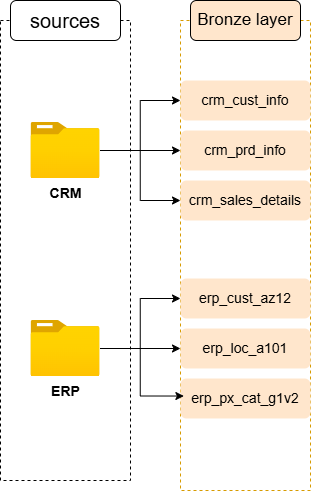
joeEssam/adventure_works_dwh_project keeps this draw.io diagram as about_project/DWH data flow.png. Above is the earlier version. Source tidied: cells renumbered, new cells last; positions are measured from the earlier drawing's top-left corner, leaving out a move shared by most shapes. Source of this version:
```xml
<mxGraphModel>
  <root>
    <mxCell id="0" />
    <mxCell id="1" parent="0" />
    <mxCell id="2" style="rounded=0;whiteSpace=wrap;html=1;fillColor=none;dashed=1;" parent="1" vertex="1">
      <mxGeometry y="20" width="130" height="460" as="geometry" />
    </mxCell>
    <mxCell id="3" value="sources" style="rounded=1;whiteSpace=wrap;html=1;fontSize=20;" parent="1" vertex="1">
      <mxGeometry x="10" width="110" height="40" as="geometry" />
    </mxCell>
    <mxCell id="4" style="edgeStyle=orthogonalEdgeStyle;rounded=0;jettySize=auto;html=1;entryX=0;entryY=0.5;entryDx=0;entryDy=0;" parent="1" edge="1" source="7" target="13">
      <mxGeometry relative="1" as="geometry" />
    </mxCell>
    <mxCell id="5" style="edgeStyle=orthogonalEdgeStyle;rounded=0;jettySize=auto;html=1;" parent="1" edge="1" source="7" target="15">
      <mxGeometry relative="1" as="geometry" />
    </mxCell>
    <mxCell id="6" style="edgeStyle=orthogonalEdgeStyle;rounded=0;jettySize=auto;html=1;entryX=0;entryY=0.5;entryDx=0;entryDy=0;" parent="1" edge="1" source="7" target="14">
      <mxGeometry relative="1" as="geometry" />
    </mxCell>
    <mxCell id="7" value="CRM" style="image;html=1;points=[];align=center;fontSize=14;image=img/lib/azure2/general/Folder_Blank.svg;fontStyle=1;" parent="1" vertex="1">
      <mxGeometry x="30.5" y="122" width="69" height="56" as="geometry" />
    </mxCell>
    <mxCell id="8" style="edgeStyle=orthogonalEdgeStyle;rounded=0;jettySize=auto;html=1;" parent="1" edge="1" source="10" target="17">
      <mxGeometry relative="1" as="geometry" />
    </mxCell>
    <mxCell id="9" style="edgeStyle=orthogonalEdgeStyle;rounded=0;jettySize=auto;html=1;entryX=0;entryY=0.5;entryDx=0;entryDy=0;" parent="1" edge="1" source="10" target="18">
      <mxGeometry relative="1" as="geometry" />
    </mxCell>
    <mxCell id="10" value="ERP" style="image;html=1;points=[];align=center;fontSize=14;image=img/lib/azure2/general/Folder_Blank.svg;fontStyle=1;" parent="1" vertex="1">
      <mxGeometry x="30.5" y="320" width="69" height="56" as="geometry" />
    </mxCell>
    <mxCell id="11" style="rounded=0;whiteSpace=wrap;html=1;fillColor=none;dashed=1;strokeColor=#d79b00;" parent="1" vertex="1">
      <mxGeometry x="180" y="20" width="130" height="470" as="geometry" />
    </mxCell>
    <mxCell id="12" value="Bronze layer" style="rounded=1;whiteSpace=wrap;html=1;fillColor=#ffe6cc;strokeColor=default;fontSize=17;" parent="1" vertex="1">
      <mxGeometry x="190" width="110" height="40" as="geometry" />
    </mxCell>
    <mxCell id="13" value="crm_cust_info" style="rounded=1;whiteSpace=wrap;html=1;fillColor=#ffe6cc;strokeColor=none;fontSize=14;fontFamily=Helvetica;fontColor=default;fontStyle=0;align=center;verticalAlign=middle;" parent="1" vertex="1">
      <mxGeometry x="180" y="80" width="130" height="40" as="geometry" />
    </mxCell>
    <mxCell id="14" value="crm_sales_details" style="rounded=1;whiteSpace=wrap;html=1;fillColor=#ffe6cc;strokeColor=none;fontSize=14;fontFamily=Helvetica;fontColor=default;fontStyle=0;align=center;verticalAlign=middle;" parent="1" vertex="1">
      <mxGeometry x="180" y="180" width="130" height="40" as="geometry" />
    </mxCell>
    <mxCell id="15" value="crm_prd_info" style="rounded=1;whiteSpace=wrap;html=1;fillColor=#ffe6cc;strokeColor=none;fontSize=14;fontFamily=Helvetica;fontColor=default;fontStyle=0;align=center;verticalAlign=middle;" parent="1" vertex="1">
      <mxGeometry x="180" y="130" width="130" height="40" as="geometry" />
    </mxCell>
    <mxCell id="16" value="erp_px_cat_g1v2" style="rounded=1;whiteSpace=wrap;html=1;fillColor=#ffe6cc;strokeColor=none;fontSize=14;fontFamily=Helvetica;fontColor=default;fontStyle=0;align=center;verticalAlign=middle;" parent="1" vertex="1">
      <mxGeometry x="180" y="378" width="130" height="40" as="geometry" />
    </mxCell>
    <mxCell id="17" value="erp_loc_a101" style="rounded=1;whiteSpace=wrap;html=1;fillColor=#ffe6cc;strokeColor=none;fontSize=14;fontFamily=Helvetica;fontColor=default;fontStyle=0;align=center;verticalAlign=middle;" parent="1" vertex="1">
      <mxGeometry x="180" y="328" width="130" height="40" as="geometry" />
    </mxCell>
    <mxCell id="18" value="erp_cust_az12" style="rounded=1;whiteSpace=wrap;html=1;fillColor=#ffe6cc;strokeColor=none;fontSize=14;fontFamily=Helvetica;fontColor=default;fontStyle=0;align=center;verticalAlign=middle;" parent="1" vertex="1">
      <mxGeometry x="180" y="278" width="130" height="40" as="geometry" />
    </mxCell>
    <mxCell id="19" style="edgeStyle=orthogonalEdgeStyle;rounded=0;jettySize=auto;html=1;entryX=0.026;entryY=0.799;entryDx=0;entryDy=0;entryPerimeter=0;" parent="1" edge="1" source="10" target="11">
      <mxGeometry relative="1" as="geometry" />
    </mxCell>
  </root>
</mxGraphModel>
```
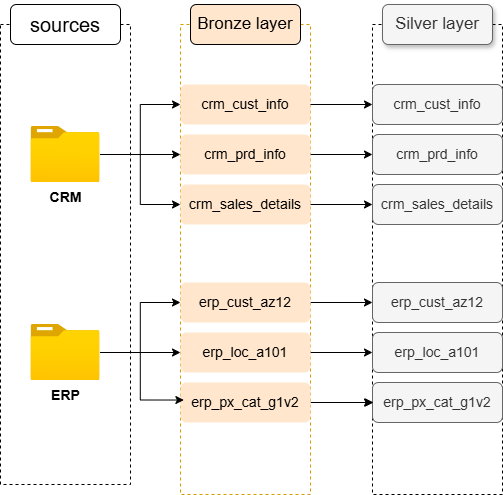
After the commit.

Commit message:
placing the silver layer data quality check scripts

The edit, as a diff of the source:
```diff
@@ -35,26 +35,74 @@
     <mxCell id="12" value="Bronze layer" style="rounded=1;whiteSpace=wrap;html=1;fillColor=#ffe6cc;strokeColor=default;fontSize=17;" parent="1" vertex="1">
       <mxGeometry x="190" width="110" height="40" as="geometry" />
     </mxCell>
+    <mxCell id="20" style="edgeStyle=orthogonalEdgeStyle;rounded=0;jettySize=auto;html=1;exitX=1;exitY=0.5;exitDx=0;exitDy=0;" parent="1" edge="1" source="13" target="27">
+      <mxGeometry relative="1" as="geometry" />
+    </mxCell>
     <mxCell id="13" value="crm_cust_info" style="rounded=1;whiteSpace=wrap;html=1;fillColor=#ffe6cc;strokeColor=none;fontSize=14;fontFamily=Helvetica;fontColor=default;fontStyle=0;align=center;verticalAlign=middle;" parent="1" vertex="1">
       <mxGeometry x="180" y="80" width="130" height="40" as="geometry" />
     </mxCell>
+    <mxCell id="21" style="edgeStyle=orthogonalEdgeStyle;rounded=0;jettySize=auto;html=1;exitX=1;exitY=0.5;exitDx=0;exitDy=0;" parent="1" edge="1" source="14" target="29">
+      <mxGeometry relative="1" as="geometry" />
+    </mxCell>
     <mxCell id="14" value="crm_sales_details" style="rounded=1;whiteSpace=wrap;html=1;fillColor=#ffe6cc;strokeColor=none;fontSize=14;fontFamily=Helvetica;fontColor=default;fontStyle=0;align=center;verticalAlign=middle;" parent="1" vertex="1">
       <mxGeometry x="180" y="180" width="130" height="40" as="geometry" />
     </mxCell>
+    <mxCell id="22" style="edgeStyle=orthogonalEdgeStyle;rounded=0;jettySize=auto;html=1;" parent="1" edge="1" source="15" target="28">
+      <mxGeometry relative="1" as="geometry" />
+    </mxCell>
     <mxCell id="15" value="crm_prd_info" style="rounded=1;whiteSpace=wrap;html=1;fillColor=#ffe6cc;strokeColor=none;fontSize=14;fontFamily=Helvetica;fontColor=default;fontStyle=0;align=center;verticalAlign=middle;" parent="1" vertex="1">
       <mxGeometry x="180" y="130" width="130" height="40" as="geometry" />
     </mxCell>
+    <mxCell id="23" style="edgeStyle=orthogonalEdgeStyle;rounded=0;jettySize=auto;html=1;" parent="1" edge="1" source="16" target="32">
+      <mxGeometry relative="1" as="geometry" />
+    </mxCell>
     <mxCell id="16" value="erp_px_cat_g1v2" style="rounded=1;whiteSpace=wrap;html=1;fillColor=#ffe6cc;strokeColor=none;fontSize=14;fontFamily=Helvetica;fontColor=default;fontStyle=0;align=center;verticalAlign=middle;" parent="1" vertex="1">
       <mxGeometry x="180" y="378" width="130" height="40" as="geometry" />
     </mxCell>
+    <mxCell id="24" style="edgeStyle=orthogonalEdgeStyle;rounded=0;jettySize=auto;html=1;exitX=1;exitY=0.5;exitDx=0;exitDy=0;" parent="1" edge="1" source="17" target="31">
+      <mxGeometry relative="1" as="geometry" />
+    </mxCell>
     <mxCell id="17" value="erp_loc_a101" style="rounded=1;whiteSpace=wrap;html=1;fillColor=#ffe6cc;strokeColor=none;fontSize=14;fontFamily=Helvetica;fontColor=default;fontStyle=0;align=center;verticalAlign=middle;" parent="1" vertex="1">
       <mxGeometry x="180" y="328" width="130" height="40" as="geometry" />
     </mxCell>
+    <mxCell id="25" style="edgeStyle=orthogonalEdgeStyle;rounded=0;jettySize=auto;html=1;" parent="1" edge="1" source="18" target="30">
+      <mxGeometry relative="1" as="geometry" />
+    </mxCell>
     <mxCell id="18" value="erp_cust_az12" style="rounded=1;whiteSpace=wrap;html=1;fillColor=#ffe6cc;strokeColor=none;fontSize=14;fontFamily=Helvetica;fontColor=default;fontStyle=0;align=center;verticalAlign=middle;" parent="1" vertex="1">
       <mxGeometry x="180" y="278" width="130" height="40" as="geometry" />
     </mxCell>
     <mxCell id="19" style="edgeStyle=orthogonalEdgeStyle;rounded=0;jettySize=auto;html=1;entryX=0.026;entryY=0.799;entryDx=0;entryDy=0;entryPerimeter=0;" parent="1" edge="1" source="10" target="11">
       <mxGeometry relative="1" as="geometry" />
     </mxCell>
+    <mxCell id="26" style="rounded=0;whiteSpace=wrap;html=1;fillColor=none;dashed=1;strokeColor=#000000;" parent="1" vertex="1">
+      <mxGeometry x="372" y="20" width="130" height="470" as="geometry" />
+    </mxCell>
+    <mxCell id="27" value="crm_cust_info" style="rounded=1;whiteSpace=wrap;html=1;fillColor=#f5f5f5;strokeColor=#666666;fontSize=14;fontFamily=Helvetica;fontColor=#333333;fontStyle=0;align=center;verticalAlign=middle;" parent="1" vertex="1">
+      <mxGeometry x="372" y="80" width="130" height="40" as="geometry" />
+    </mxCell>
+    <mxCell id="28" value="crm_prd_info" style="rounded=1;whiteSpace=wrap;html=1;fillColor=#f5f5f5;strokeColor=#666666;fontSize=14;fontFamily=Helvetica;fontColor=#333333;fontStyle=0;align=center;verticalAlign=middle;" parent="1" vertex="1">
+      <mxGeometry x="372" y="130" width="130" height="40" as="geometry" />
+    </mxCell>
+    <mxCell id="29" value="crm_sales_details" style="rounded=1;whiteSpace=wrap;html=1;fillColor=#f5f5f5;strokeColor=#666666;fontSize=14;fontFamily=Helvetica;fontColor=#333333;fontStyle=0;align=center;verticalAlign=middle;" parent="1" vertex="1">
+      <mxGeometry x="372" y="180" width="130" height="40" as="geometry" />
+    </mxCell>
+    <mxCell id="30" value="erp_cust_az12" style="rounded=1;whiteSpace=wrap;html=1;fillColor=#f5f5f5;strokeColor=#666666;fontSize=14;fontFamily=Helvetica;fontColor=#333333;fontStyle=0;align=center;verticalAlign=middle;" parent="1" vertex="1">
+      <mxGeometry x="372" y="278" width="130" height="40" as="geometry" />
+    </mxCell>
+    <mxCell id="31" value="erp_loc_a101" style="rounded=1;whiteSpace=wrap;html=1;fillColor=#f5f5f5;strokeColor=#666666;fontSize=14;fontFamily=Helvetica;fontColor=#333333;fontStyle=0;align=center;verticalAlign=middle;" parent="1" vertex="1">
+      <mxGeometry x="372" y="328" width="130" height="40" as="geometry" />
+    </mxCell>
+    <mxCell id="32" value="erp_px_cat_g1v2" style="rounded=1;whiteSpace=wrap;html=1;fillColor=#f5f5f5;strokeColor=#666666;fontSize=14;fontFamily=Helvetica;fontColor=#333333;fontStyle=0;align=center;verticalAlign=middle;" parent="1" vertex="1">
+      <mxGeometry x="372" y="378" width="130" height="40" as="geometry" />
+    </mxCell>
+    <mxCell id="33" value="Silver layer" style="rounded=1;whiteSpace=wrap;html=1;fillColor=#f5f5f5;strokeColor=#666666;fontSize=17;fontColor=#333333;shadow=1;" parent="1" vertex="1">
+      <mxGeometry x="382" width="110" height="40" as="geometry" />
+    </mxCell>
+    <mxCell id="34" style="edgeStyle=orthogonalEdgeStyle;rounded=0;orthogonalLoop=1;jettySize=auto;html=1;exitX=1;exitY=0.5;exitDx=0;exitDy=0;" parent="1" edge="1">
+      <mxGeometry relative="1" as="geometry">
+        <mxPoint x="311" y="398" as="sourcePoint" />
+        <mxPoint x="373" y="398" as="targetPoint" />
+      </mxGeometry>
+    </mxCell>
   </root>
 </mxGraphModel>
```
